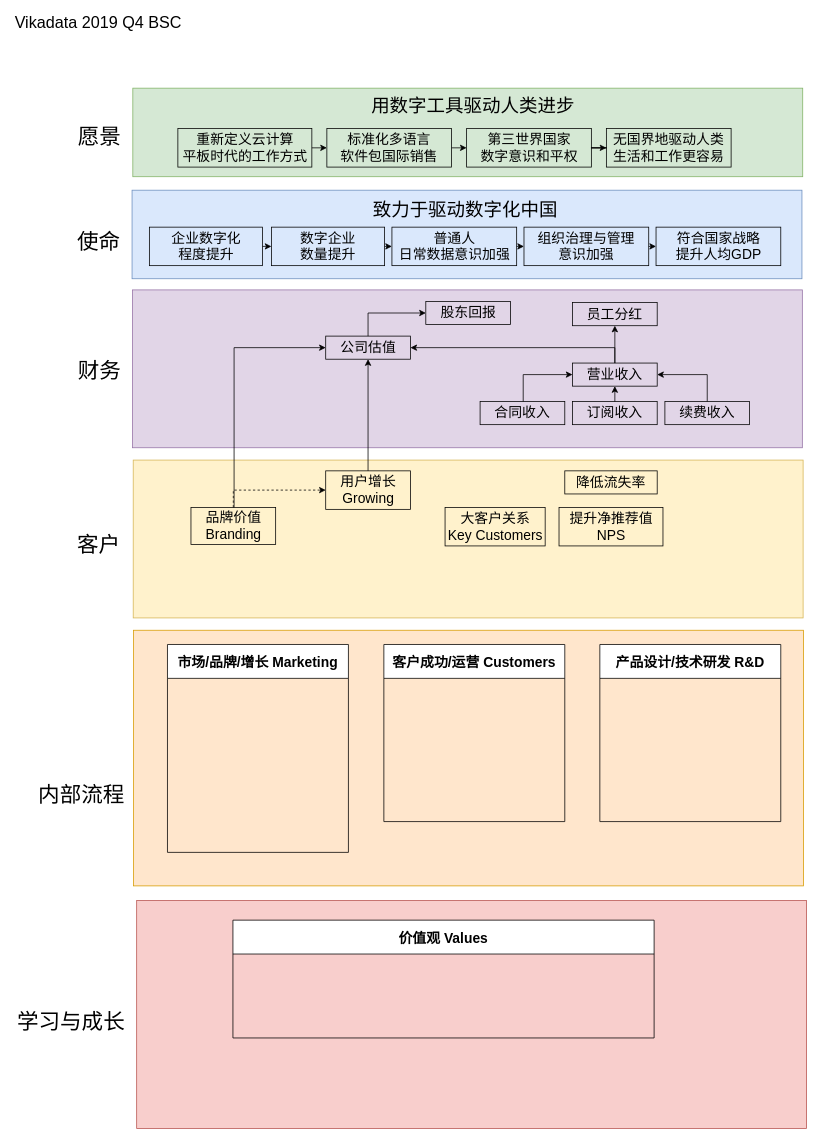
Before: 公司框架/2019_Q4_BSC.drawio in Javen-Woo/Business, a draw.io diagram. Source tidied: cells renumbered, new cells numbered last; positions are measured from the earlier drawing's top-left corner, leaving out a move shared by most shapes. Both pictures are drawn from the tidied source at 77%, with x=0, y=0 at pixel (13, 15).
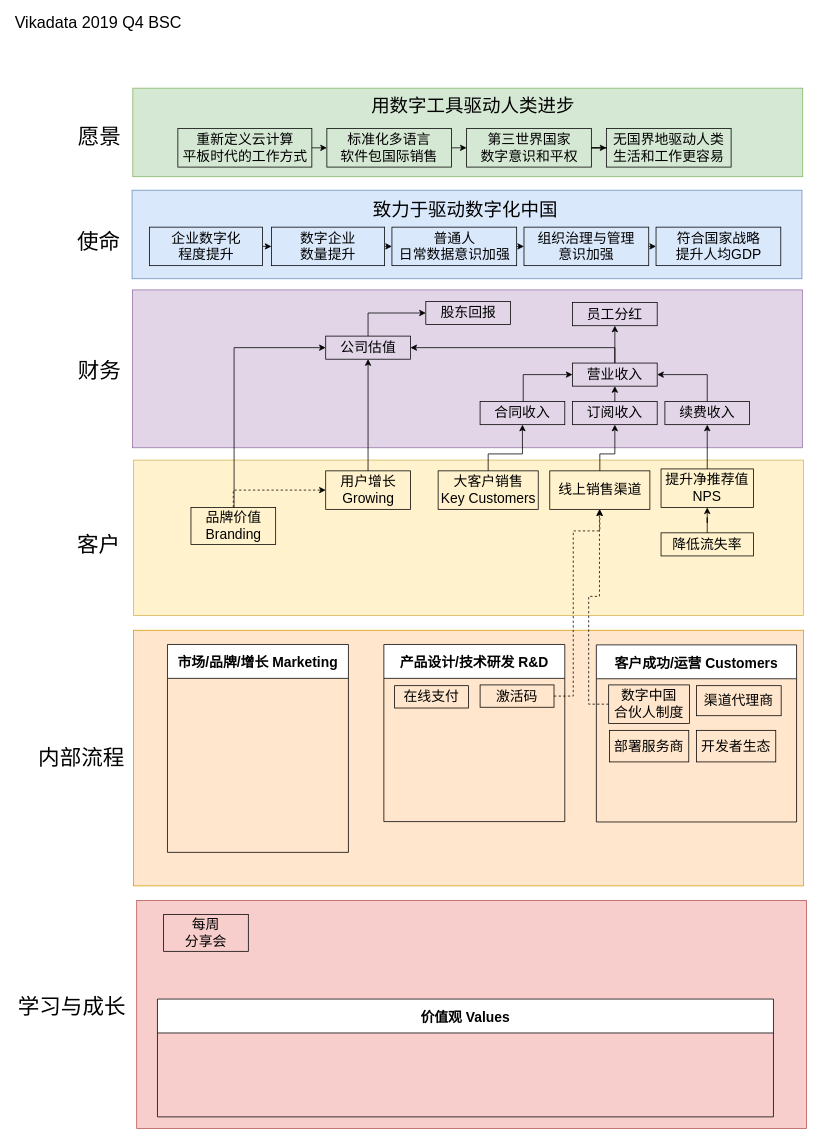
The same diagram, later.

Unchanged cells that the change refers to:
```xml
<mxCell id="10" value="订阅收入" style="text;html=1;align=center;verticalAlign=middle;whiteSpace=wrap;rounded=0;fontSize=18;strokeColor=#000000;" parent="1" vertex="1">
  <mxGeometry x="726" y="502" width="110" height="30" as="geometry" />
</mxCell>
<mxCell id="14" value="合同收入" style="text;html=1;align=center;verticalAlign=middle;whiteSpace=wrap;rounded=0;fontSize=18;strokeColor=#000000;" parent="1" vertex="1">
  <mxGeometry x="606" y="502" width="110" height="30" as="geometry" />
</mxCell>
<mxCell id="16" value="续费收入" style="text;html=1;align=center;verticalAlign=middle;whiteSpace=wrap;rounded=0;fontSize=18;strokeColor=#000000;" parent="1" vertex="1">
  <mxGeometry x="846" y="502" width="110" height="30" as="geometry" />
</mxCell>
```

What changed in the source:
```diff
@@
     <mxCell id="4" style="rounded=0;whiteSpace=wrap;html=1;fillColor=#fff2cc;strokeColor=#d6b656;" parent="1" vertex="1">
-      <mxGeometry x="155.5" y="578" width="870" height="205" as="geometry" />
+      <mxGeometry x="156" y="578" width="870" height="202" as="geometry" />
     </mxCell>
@@
+    <mxCell id="58" style="edgeStyle=orthogonalEdgeStyle;rounded=0;jettySize=auto;html=1;entryX=0.5;entryY=1;entryDx=0;entryDy=0;fontSize=21;" parent="1" edge="1" source="27" target="28">
+      <mxGeometry relative="1" as="geometry" />
+    </mxCell>
     <mxCell id="27" value="降低流失率" style="text;html=1;align=center;verticalAlign=middle;whiteSpace=wrap;rounded=0;fontSize=18;strokeColor=#000000;" parent="1" vertex="1">
-      <mxGeometry x="716" y="592" width="120" height="30" as="geometry" />
+      <mxGeometry x="841" y="672.5" width="120" height="30" as="geometry" />
     </mxCell>
+    <mxCell id="59" style="edgeStyle=orthogonalEdgeStyle;rounded=0;jettySize=auto;html=1;entryX=0.5;entryY=1;entryDx=0;entryDy=0;fontSize=21;" parent="1" edge="1" source="28" target="16">
+      <mxGeometry relative="1" as="geometry" />
+    </mxCell>
     <mxCell id="28" value="提升净推荐值&lt;br&gt;NPS" style="text;html=1;align=center;verticalAlign=middle;whiteSpace=wrap;rounded=0;fontSize=18;strokeColor=#000000;" parent="1" vertex="1">
-      <mxGeometry x="708.5" y="639.5" width="135" height="50" as="geometry" />
+      <mxGeometry x="841" y="589.5" width="120" height="50" as="geometry" />
     </mxCell>
+    <mxCell id="60" style="edgeStyle=orthogonalEdgeStyle;rounded=0;jettySize=auto;html=1;entryX=0.5;entryY=1;entryDx=0;entryDy=0;fontSize=21;" parent="1" edge="1" source="29" target="14">
+      <mxGeometry relative="1" as="geometry">
+        <Array as="points">
+          <mxPoint x="617" y="570" />
+          <mxPoint x="661" y="570" />
+        </Array>
+      </mxGeometry>
+    </mxCell>
-    <mxCell id="29" value="大客户关系&lt;br&gt;Key Customers" style="text;html=1;align=center;verticalAlign=middle;whiteSpace=wrap;rounded=0;fontSize=18;strokeColor=#000000;" parent="1" vertex="1">
-      <mxGeometry x="560.5" y="639.5" width="130" height="50" as="geometry" />
+    <mxCell id="29" value="大客户销售&lt;br&gt;Key Customers" style="text;html=1;align=center;verticalAlign=middle;whiteSpace=wrap;rounded=0;fontSize=18;strokeColor=#000000;" parent="1" vertex="1">
+      <mxGeometry x="551.5" y="592" width="130" height="50" as="geometry" />
     </mxCell>
@@
     <mxCell id="32" value="内部流程" style="text;html=1;strokeColor=none;fillColor=none;align=center;verticalAlign=middle;whiteSpace=wrap;rounded=0;fontSize=28;" parent="1" vertex="1">
-      <mxGeometry x="31" y="1003" width="115" height="20" as="geometry" />
+      <mxGeometry x="31" y="955" width="115" height="20" as="geometry" />
     </mxCell>
@@
     <mxCell id="34" value="客户成功/运营 Customers" style="swimlane;strokeColor=#000000;fontSize=18;align=center;startSize=44;" parent="1" vertex="1">
-      <mxGeometry x="481" y="817.5" width="235" height="230" as="geometry" />
+      <mxGeometry x="757" y="818" width="260" height="230" as="geometry" />
     </mxCell>
     <mxCell id="35" value="产品设计/技术研发 R&amp;D" style="swimlane;strokeColor=#000000;fontSize=18;align=center;startSize=44;" parent="1" vertex="1">
-      <mxGeometry x="761.5" y="817.5" width="235" height="230" as="geometry" />
+      <mxGeometry x="481" y="817.5" width="235" height="230" as="geometry" />
     </mxCell>
     <mxCell id="36" value="学习与成长" style="text;html=1;strokeColor=none;fillColor=none;align=center;verticalAlign=middle;whiteSpace=wrap;rounded=0;fontSize=28;" parent="1" vertex="1">
-      <mxGeometry y="1298" width="150" height="20" as="geometry" />
+      <mxGeometry x="1" y="1278" width="150" height="20" as="geometry" />
     </mxCell>
@@
     <mxCell id="57" value="价值观 Values" style="swimlane;strokeColor=#000000;fontSize=18;align=center;startSize=44;" parent="1" vertex="1">
-      <mxGeometry x="285" y="1175.5" width="547" height="153" as="geometry" />
+      <mxGeometry x="187" y="1278" width="800" height="153" as="geometry" />
     </mxCell>
+    <mxCell id="61" style="edgeStyle=orthogonalEdgeStyle;rounded=0;jettySize=auto;html=1;entryX=0.5;entryY=1;entryDx=0;entryDy=0;fontSize=21;" parent="1" edge="1" source="62" target="10">
+      <mxGeometry relative="1" as="geometry">
+        <Array as="points">
+          <mxPoint x="761" y="570" />
+          <mxPoint x="781" y="570" />
+        </Array>
+      </mxGeometry>
+    </mxCell>
+    <mxCell id="62" value="线上销售渠道" style="text;html=1;align=center;verticalAlign=middle;whiteSpace=wrap;rounded=0;fontSize=18;strokeColor=#000000;" parent="1" vertex="1">
+      <mxGeometry x="696.5" y="592" width="130" height="50" as="geometry" />
+    </mxCell>
+    <mxCell id="63" style="edgeStyle=orthogonalEdgeStyle;rounded=0;jettySize=auto;html=1;fontSize=21;dashed=1;" parent="1" edge="1" source="64" target="62">
+      <mxGeometry relative="1" as="geometry">
+        <Array as="points">
+          <mxPoint x="747" y="895" />
+          <mxPoint x="747" y="755" />
+          <mxPoint x="761" y="755" />
+        </Array>
+      </mxGeometry>
+    </mxCell>
+    <mxCell id="64" value="数字中国&lt;br&gt;合伙人制度" style="text;html=1;align=center;verticalAlign=middle;whiteSpace=wrap;rounded=0;fontSize=18;strokeColor=#000000;" parent="1" vertex="1">
+      <mxGeometry x="773" y="870" width="105" height="50" as="geometry" />
+    </mxCell>
+    <mxCell id="65" style="edgeStyle=orthogonalEdgeStyle;rounded=0;jettySize=auto;html=1;entryX=0.5;entryY=1;entryDx=0;entryDy=0;fontSize=21;dashed=1;" parent="1" edge="1" source="66" target="62">
+      <mxGeometry relative="1" as="geometry">
+        <Array as="points">
+          <mxPoint x="727" y="885" />
+          <mxPoint x="727" y="670" />
+          <mxPoint x="761" y="670" />
+        </Array>
+      </mxGeometry>
+    </mxCell>
+    <mxCell id="66" value="激活码" style="text;html=1;align=center;verticalAlign=middle;whiteSpace=wrap;rounded=0;fontSize=18;strokeColor=#000000;" parent="1" vertex="1">
+      <mxGeometry x="606" y="870" width="96" height="29" as="geometry" />
+    </mxCell>
+    <mxCell id="67" value="在线支付" style="text;html=1;align=center;verticalAlign=middle;whiteSpace=wrap;rounded=0;fontSize=18;strokeColor=#000000;" parent="1" vertex="1">
+      <mxGeometry x="495" y="871" width="96" height="29" as="geometry" />
+    </mxCell>
+    <mxCell id="68" value="渠道代理商" style="text;html=1;align=center;verticalAlign=middle;whiteSpace=wrap;rounded=0;fontSize=18;strokeColor=#000000;" parent="1" vertex="1">
+      <mxGeometry x="887" y="871" width="110" height="39" as="geometry" />
+    </mxCell>
+    <mxCell id="69" value="部署服务商" style="text;html=1;align=center;verticalAlign=middle;whiteSpace=wrap;rounded=0;fontSize=18;strokeColor=#000000;" parent="1" vertex="1">
+      <mxGeometry x="774" y="929" width="103" height="41" as="geometry" />
+    </mxCell>
+    <mxCell id="70" value="开发者生态" style="text;html=1;align=center;verticalAlign=middle;whiteSpace=wrap;rounded=0;fontSize=18;strokeColor=#000000;" parent="1" vertex="1">
+      <mxGeometry x="887" y="929" width="103" height="41" as="geometry" />
+    </mxCell>
+    <mxCell id="71" value="每周&lt;br&gt;分享会" style="text;html=1;align=center;verticalAlign=middle;whiteSpace=wrap;rounded=0;fontSize=18;strokeColor=#000000;" parent="1" vertex="1">
+      <mxGeometry x="195" y="1168" width="110" height="48" as="geometry" />
+    </mxCell>
```
